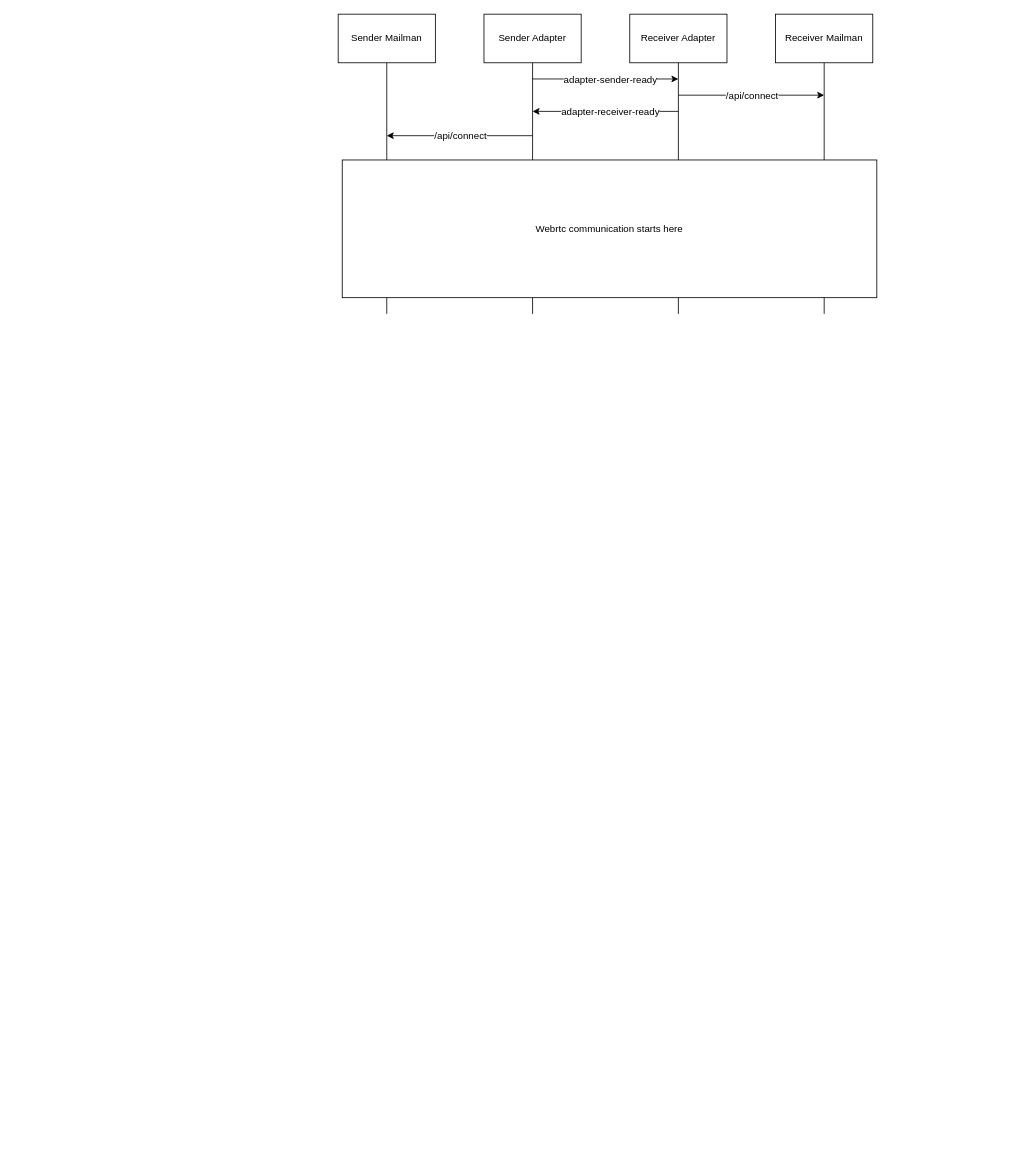
lherman-cs/mailman keeps this draw.io diagram as designs/pre-webrtc.drawio. Above is the earlier version. Source tidied: cells renumbered, new cells numbered last; positions are measured from the earlier drawing's top-left corner, leaving out a move shared by most shapes. Both pictures are drawn from the tidied source at 81%, with x=0, y=0 at pixel (338, 14).
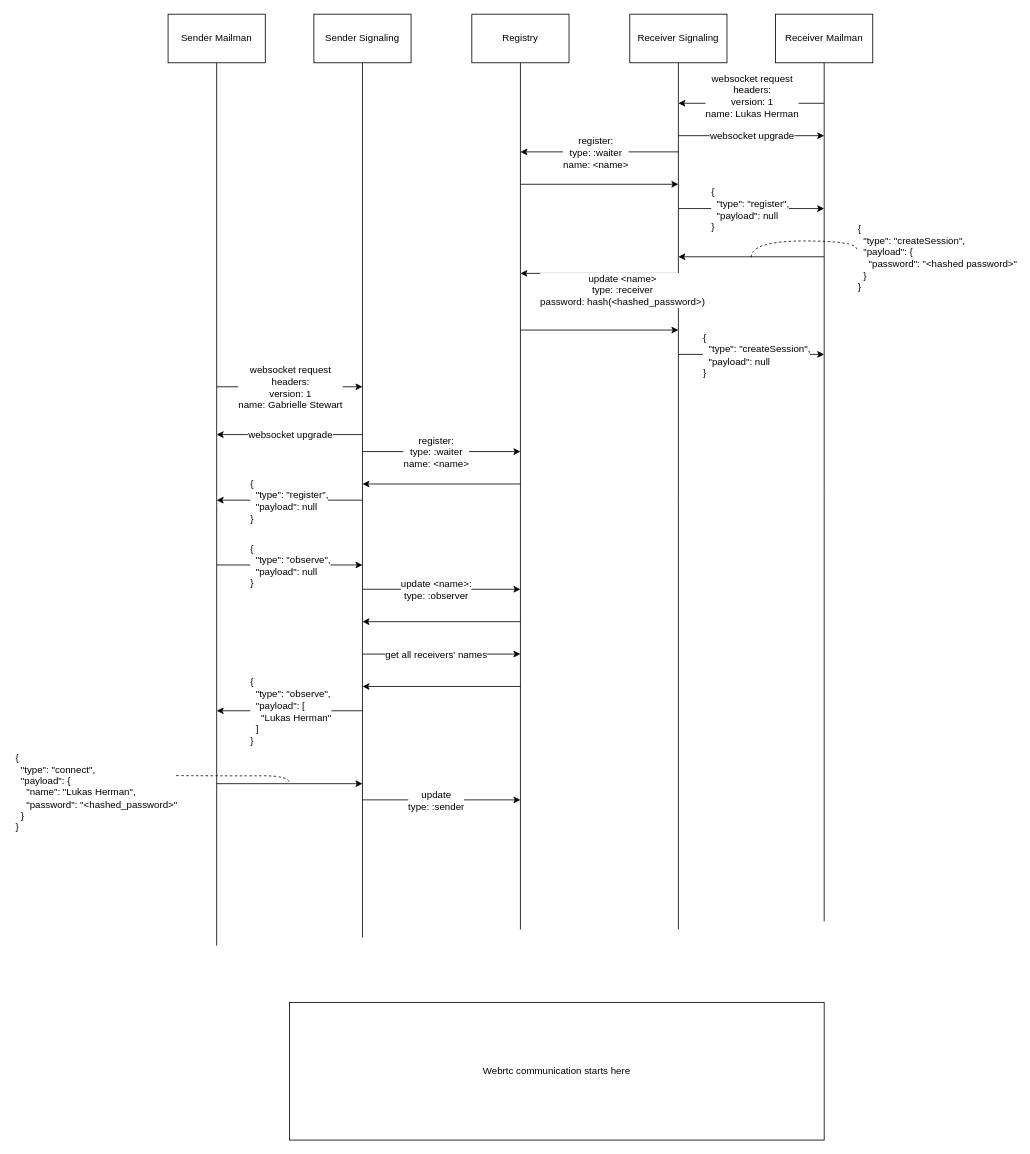
Above is the later version.

Unchanged cells that the change refers to:
```xml
<mxCell id="9" value="Receiver Mailman" style="rounded=0;whiteSpace=wrap;html=1;" parent="1" vertex="1">
  <mxGeometry x="540" width="120" height="60" as="geometry" />
</mxCell>
```

Change to the diagram source:
```diff
@@
     <mxCell id="2" style="edgeStyle=orthogonalEdgeStyle;rounded=0;jettySize=auto;html=1;exitX=0.5;exitY=1;exitDx=0;exitDy=0;endArrow=none;endFill=0;" parent="1" edge="1" source="3">
       <mxGeometry relative="1" as="geometry">
-        <mxPoint x="60" y="370" as="targetPoint" />
+        <mxPoint x="-150" y="1150" as="targetPoint" />
       </mxGeometry>
     </mxCell>
     <mxCell id="3" value="Sender Mailman" style="rounded=0;whiteSpace=wrap;html=1;" parent="1" vertex="1">
-      <mxGeometry width="120" height="60" as="geometry" />
+      <mxGeometry x="-210" width="120" height="60" as="geometry" />
     </mxCell>
     <mxCell id="4" style="edgeStyle=orthogonalEdgeStyle;rounded=0;jettySize=auto;html=1;exitX=0.5;exitY=1;exitDx=0;exitDy=0;endArrow=none;endFill=0;" parent="1" edge="1" source="5">
       <mxGeometry relative="1" as="geometry">
-        <mxPoint x="240" y="370" as="targetPoint" />
+        <mxPoint x="30" y="1140" as="targetPoint" />
       </mxGeometry>
     </mxCell>
-    <mxCell id="5" value="Sender Adapter" style="rounded=0;whiteSpace=wrap;html=1;" parent="1" vertex="1">
-      <mxGeometry x="180" width="120" height="60" as="geometry" />
+    <mxCell id="5" value="Sender Signaling" style="rounded=0;whiteSpace=wrap;html=1;" parent="1" vertex="1">
+      <mxGeometry x="-30" width="120" height="60" as="geometry" />
     </mxCell>
     <mxCell id="6" style="edgeStyle=orthogonalEdgeStyle;rounded=0;jettySize=auto;html=1;exitX=0.5;exitY=1;exitDx=0;exitDy=0;endArrow=none;endFill=0;" parent="1" edge="1" source="7">
       <mxGeometry relative="1" as="geometry">
-        <mxPoint x="420" y="370" as="targetPoint" />
+        <mxPoint x="420" y="1130" as="targetPoint" />
       </mxGeometry>
     </mxCell>
-    <mxCell id="7" value="Receiver Adapter" style="rounded=0;whiteSpace=wrap;html=1;" parent="1" vertex="1">
+    <mxCell id="7" value="Receiver Signaling" style="rounded=0;whiteSpace=wrap;html=1;" parent="1" vertex="1">
       <mxGeometry x="360" width="120" height="60" as="geometry" />
     </mxCell>
     <mxCell id="8" style="edgeStyle=orthogonalEdgeStyle;rounded=0;jettySize=auto;html=1;exitX=0.5;exitY=1;exitDx=0;exitDy=0;endArrow=none;endFill=0;" parent="1" edge="1" source="9">
       <mxGeometry relative="1" as="geometry">
-        <mxPoint x="600" y="370" as="targetPoint" />
+        <mxPoint x="600" y="1120" as="targetPoint" />
       </mxGeometry>
     </mxCell>
@@
-    <mxCell id="10" style="endArrow=classic;html=1;" parent="1" edge="1">
-      <mxGeometry relative="1" as="geometry">
-        <mxPoint x="240" y="80" as="sourcePoint" />
-        <mxPoint x="420" y="80" as="targetPoint" />
-      </mxGeometry>
-    </mxCell>
-    <mxCell id="11" value="adapter-sender-ready" style="text;html=1;align=center;verticalAlign=middle;labelBackgroundColor=#ffffff;" parent="10" vertex="1">
-      <mxGeometry x="0.12" y="-2" relative="1" as="geometry">
-        <mxPoint x="-6" y="-2" as="offset" />
-      </mxGeometry>
-    </mxCell>
-    <mxCell id="12" style="endArrow=none;html=1;startArrow=classic;startFill=1;endFill=0;" parent="1" edge="1">
-      <mxGeometry relative="1" as="geometry">
-        <mxPoint x="240" y="120" as="sourcePoint" />
-        <mxPoint x="420" y="120" as="targetPoint" />
-      </mxGeometry>
-    </mxCell>
-    <mxCell id="13" value="adapter-receiver-ready" style="text;html=1;align=center;verticalAlign=middle;labelBackgroundColor=#ffffff;" parent="12" vertex="1">
-      <mxGeometry x="0.12" y="-2" relative="1" as="geometry">
-        <mxPoint x="-6" y="-2" as="offset" />
-      </mxGeometry>
-    </mxCell>
-    <mxCell id="14" style="endArrow=classic;html=1;" parent="1" edge="1">
-      <mxGeometry relative="1" as="geometry">
-        <mxPoint x="420" y="100" as="sourcePoint" />
-        <mxPoint x="600" y="100" as="targetPoint" />
-      </mxGeometry>
-    </mxCell>
-    <mxCell id="15" value="/api/connect" style="text;html=1;align=center;verticalAlign=middle;labelBackgroundColor=#ffffff;" parent="14" vertex="1">
-      <mxGeometry x="-0.18" y="3" relative="1" as="geometry">
-        <mxPoint x="16" y="3" as="offset" />
-      </mxGeometry>
-    </mxCell>
-    <mxCell id="16" style="endArrow=classic;html=1;" parent="1" edge="1">
-      <mxGeometry relative="1" as="geometry">
-        <mxPoint x="240" y="150" as="sourcePoint" />
-        <mxPoint x="60" y="150" as="targetPoint" />
-      </mxGeometry>
-    </mxCell>
-    <mxCell id="17" value="/api/connect" style="text;html=1;align=center;verticalAlign=middle;labelBackgroundColor=#ffffff;" parent="16" vertex="1">
-      <mxGeometry x="0.11" y="-3" relative="1" as="geometry">
-        <mxPoint x="10" y="3" as="offset" />
-      </mxGeometry>
-    </mxCell>
     <mxCell id="18" value="Webrtc communication starts here" style="rounded=0;whiteSpace=wrap;html=1;" parent="1" vertex="1">
-      <mxGeometry x="5" y="180" width="660" height="170" as="geometry" />
+      <mxGeometry x="-60" y="1220" width="660" height="170" as="geometry" />
     </mxCell>
+    <mxCell id="19" style="edgeStyle=orthogonalEdgeStyle;rounded=0;jettySize=auto;html=1;exitX=0.5;exitY=1;exitDx=0;exitDy=0;endArrow=none;endFill=0;" parent="1" edge="1" source="20">
+      <mxGeometry relative="1" as="geometry">
+        <mxPoint x="225" y="1130" as="targetPoint" />
+      </mxGeometry>
+    </mxCell>
+    <mxCell id="20" value="Registry" style="rounded=0;whiteSpace=wrap;html=1;" parent="1" vertex="1">
+      <mxGeometry x="165" width="120" height="60" as="geometry" />
+    </mxCell>
+    <mxCell id="21" style="endArrow=classic;html=1;" parent="1" edge="1">
+      <mxGeometry relative="1" as="geometry">
+        <mxPoint x="600" y="110" as="sourcePoint" />
+        <mxPoint x="420" y="110" as="targetPoint" />
+      </mxGeometry>
+    </mxCell>
+    <mxCell id="22" value="websocket request&lt;br&gt;headers:&lt;br&gt;version: 1&lt;br&gt;name: Lukas Herman" style="text;html=1;align=center;verticalAlign=middle;labelBackgroundColor=#ffffff;" parent="21" vertex="1">
+      <mxGeometry x="0.13" y="-3" relative="1" as="geometry">
+        <mxPoint x="12" y="-7" as="offset" />
+      </mxGeometry>
+    </mxCell>
+    <mxCell id="23" style="endArrow=classic;html=1;" parent="1" edge="1">
+      <mxGeometry relative="1" as="geometry">
+        <mxPoint x="420" y="150" as="sourcePoint" />
+        <mxPoint x="600" y="150" as="targetPoint" />
+      </mxGeometry>
+    </mxCell>
+    <mxCell id="24" value="websocket upgrade" style="text;html=1;align=center;verticalAlign=middle;labelBackgroundColor=#ffffff;" parent="23" vertex="1">
+      <mxGeometry x="-0.12" y="2" relative="1" as="geometry">
+        <mxPoint x="11" y="2" as="offset" />
+      </mxGeometry>
+    </mxCell>
+    <mxCell id="25" style="endArrow=classic;html=1;" parent="1" edge="1">
+      <mxGeometry relative="1" as="geometry">
+        <mxPoint x="420" y="170" as="sourcePoint" />
+        <mxPoint x="225" y="170" as="targetPoint" />
+      </mxGeometry>
+    </mxCell>
+    <mxCell id="26" value="register:&lt;br&gt;type: :waiter&lt;br&gt;name: &amp;lt;name&amp;gt;" style="text;html=1;align=center;verticalAlign=middle;labelBackgroundColor=#ffffff;" parent="25" vertex="1">
+      <mxGeometry x="0.12" y="-2" relative="1" as="geometry">
+        <mxPoint x="6" y="2" as="offset" />
+      </mxGeometry>
+    </mxCell>
+    <mxCell id="27" style="endArrow=classic;html=1;" parent="1" edge="1">
+      <mxGeometry relative="1" as="geometry">
+        <mxPoint x="225" y="210" as="sourcePoint" />
+        <mxPoint x="420" y="210" as="targetPoint" />
+      </mxGeometry>
+    </mxCell>
+    <mxCell id="28" style="endArrow=classic;html=1;" parent="1" edge="1">
+      <mxGeometry relative="1" as="geometry">
+        <mxPoint x="420" y="240" as="sourcePoint" />
+        <mxPoint x="600" y="240" as="targetPoint" />
+      </mxGeometry>
+    </mxCell>
+    <mxCell id="29" value="{&lt;br&gt;&amp;nbsp; &quot;type&quot;: &quot;register&quot;,&lt;br&gt;&amp;nbsp; &quot;payload&quot;: null&lt;br&gt;}" style="text;html=1;align=left;verticalAlign=middle;labelBackgroundColor=#ffffff;" parent="28" vertex="1">
+      <mxGeometry x="-0.11" y="-1" relative="1" as="geometry">
+        <mxPoint x="-41" y="-1" as="offset" />
+      </mxGeometry>
+    </mxCell>
+    <mxCell id="30" style="endArrow=classic;html=1;" parent="1" edge="1">
+      <mxGeometry relative="1" as="geometry">
+        <mxPoint x="600" y="299.5" as="sourcePoint" />
+        <mxPoint x="420" y="299.5" as="targetPoint" />
+      </mxGeometry>
+    </mxCell>
+    <mxCell id="31" value="{&lt;br&gt;&amp;nbsp; &quot;type&quot;: &quot;createSession&quot;,&lt;br&gt;&amp;nbsp; &quot;payload&quot;: {&lt;br&gt;&amp;nbsp; &amp;nbsp; &quot;password&quot;: &quot;&amp;lt;hashed password&amp;gt;&quot;&lt;br&gt;&amp;nbsp; }&lt;br&gt;}" style="text;html=1;align=left;verticalAlign=middle;labelBackgroundColor=#ffffff;" parent="30" vertex="1">
+      <mxGeometry x="-0.19" relative="1" as="geometry">
+        <mxPoint x="113" y="0.5" as="offset" />
+      </mxGeometry>
+    </mxCell>
+    <mxCell id="32" style="endArrow=none;dashed=1;html=1;edgeStyle=orthogonalEdgeStyle;curved=1;" parent="1" edge="1">
+      <mxGeometry relative="1" as="geometry">
+        <mxPoint x="510" y="300" as="sourcePoint" />
+        <mxPoint x="640" y="290" as="targetPoint" />
+        <Array as="points">
+          <mxPoint x="510" y="280" />
+          <mxPoint x="640" y="280" />
+        </Array>
+      </mxGeometry>
+    </mxCell>
+    <mxCell id="33" style="endArrow=classic;html=1;" parent="1" edge="1">
+      <mxGeometry relative="1" as="geometry">
+        <mxPoint x="420" y="320" as="sourcePoint" />
+        <mxPoint x="225" y="320" as="targetPoint" />
+      </mxGeometry>
+    </mxCell>
+    <mxCell id="34" value="update &amp;lt;name&amp;gt;&lt;br&gt;type: :receiver&lt;br&gt;password: hash(&amp;lt;hashed_password&amp;gt;)" style="text;html=1;align=center;verticalAlign=middle;labelBackgroundColor=#ffffff;" parent="33" vertex="1">
+      <mxGeometry x="0.11" y="1" relative="1" as="geometry">
+        <mxPoint x="38" y="19" as="offset" />
+      </mxGeometry>
+    </mxCell>
+    <mxCell id="35" style="endArrow=classic;html=1;" parent="1" edge="1">
+      <mxGeometry relative="1" as="geometry">
+        <mxPoint x="225" y="390" as="sourcePoint" />
+        <mxPoint x="420" y="390" as="targetPoint" />
+      </mxGeometry>
+    </mxCell>
+    <mxCell id="36" style="endArrow=classic;html=1;" parent="1" edge="1">
+      <mxGeometry relative="1" as="geometry">
+        <mxPoint x="420" y="420" as="sourcePoint" />
+        <mxPoint x="600" y="420" as="targetPoint" />
+      </mxGeometry>
+    </mxCell>
+    <mxCell id="37" value="{&lt;br&gt;&amp;nbsp; &quot;type&quot;: &quot;createSession&quot;,&lt;br&gt;&amp;nbsp; &quot;payload&quot;: null&lt;br&gt;}" style="text;html=1;align=left;verticalAlign=middle;labelBackgroundColor=#ffffff;" parent="36" vertex="1">
+      <mxGeometry x="-0.11" y="-1" relative="1" as="geometry">
+        <mxPoint x="-51" y="-1" as="offset" />
+      </mxGeometry>
+    </mxCell>
+    <mxCell id="38" style="endArrow=classic;html=1;" parent="1" edge="1">
+      <mxGeometry relative="1" as="geometry">
+        <mxPoint x="-150" y="460" as="sourcePoint" />
+        <mxPoint x="30" y="460" as="targetPoint" />
+      </mxGeometry>
+    </mxCell>
+    <mxCell id="39" value="websocket request&lt;br&gt;headers:&lt;br&gt;version: 1&lt;br&gt;name: Gabrielle Stewart" style="text;html=1;align=center;verticalAlign=middle;labelBackgroundColor=#ffffff;" parent="38" vertex="1">
+      <mxGeometry x="-0.11" y="2" relative="1" as="geometry">
+        <mxPoint x="10" y="2" as="offset" />
+      </mxGeometry>
+    </mxCell>
+    <mxCell id="40" style="endArrow=classic;html=1;" parent="1" edge="1">
+      <mxGeometry relative="1" as="geometry">
+        <mxPoint x="30" y="540" as="sourcePoint" />
+        <mxPoint x="225" y="540" as="targetPoint" />
+      </mxGeometry>
+    </mxCell>
+    <mxCell id="41" value="register:&lt;br&gt;type: :waiter&lt;br&gt;name: &amp;lt;name&amp;gt;" style="text;html=1;align=center;verticalAlign=middle;labelBackgroundColor=#ffffff;" parent="40" vertex="1">
+      <mxGeometry x="-0.15" y="-1" relative="1" as="geometry">
+        <mxPoint x="7" y="-1" as="offset" />
+      </mxGeometry>
+    </mxCell>
+    <mxCell id="42" style="endArrow=none;html=1;startArrow=classic;startFill=1;endFill=0;" parent="1" edge="1">
+      <mxGeometry relative="1" as="geometry">
+        <mxPoint x="30" y="580" as="sourcePoint" />
+        <mxPoint x="225" y="580" as="targetPoint" />
+      </mxGeometry>
+    </mxCell>
+    <mxCell id="43" style="endArrow=none;html=1;startArrow=classic;startFill=1;endFill=0;" parent="1" edge="1">
+      <mxGeometry relative="1" as="geometry">
+        <mxPoint x="-150" y="519" as="sourcePoint" />
+        <mxPoint x="30" y="519" as="targetPoint" />
+      </mxGeometry>
+    </mxCell>
+    <mxCell id="44" value="websocket upgrade" style="text;html=1;align=center;verticalAlign=middle;labelBackgroundColor=#ffffff;" parent="43" vertex="1">
+      <mxGeometry x="-0.11" y="2" relative="1" as="geometry">
+        <mxPoint x="10" y="2" as="offset" />
+      </mxGeometry>
+    </mxCell>
+    <mxCell id="45" style="endArrow=none;html=1;startArrow=classic;startFill=1;endFill=0;" parent="1" edge="1">
+      <mxGeometry relative="1" as="geometry">
+        <mxPoint x="-150" y="600" as="sourcePoint" />
+        <mxPoint x="30" y="600" as="targetPoint" />
+      </mxGeometry>
+    </mxCell>
+    <mxCell id="46" value="{&lt;br&gt;&amp;nbsp; &quot;type&quot;: &quot;register&quot;,&lt;br&gt;&amp;nbsp; &quot;payload&quot;: null&lt;br&gt;}" style="text;html=1;align=left;verticalAlign=middle;labelBackgroundColor=#ffffff;" parent="45" vertex="1">
+      <mxGeometry x="-0.11" y="2" relative="1" as="geometry">
+        <mxPoint x="-40" y="2" as="offset" />
+      </mxGeometry>
+    </mxCell>
+    <mxCell id="47" style="endArrow=classic;html=1;" parent="1" edge="1">
+      <mxGeometry relative="1" as="geometry">
+        <mxPoint x="-150" y="680" as="sourcePoint" />
+        <mxPoint x="30" y="680" as="targetPoint" />
+      </mxGeometry>
+    </mxCell>
+    <mxCell id="48" value="{&lt;br&gt;&amp;nbsp; &quot;type&quot;: &quot;observe&quot;,&lt;br&gt;&amp;nbsp; &quot;payload&quot;: null&lt;br&gt;}" style="text;html=1;align=left;verticalAlign=middle;labelBackgroundColor=#ffffff;" parent="47" vertex="1">
+      <mxGeometry x="-0.11" y="2" relative="1" as="geometry">
+        <mxPoint x="-40" y="2" as="offset" />
+      </mxGeometry>
+    </mxCell>
+    <mxCell id="49" style="endArrow=classic;html=1;" parent="1" edge="1">
+      <mxGeometry relative="1" as="geometry">
+        <mxPoint x="30" y="710" as="sourcePoint" />
+        <mxPoint x="225" y="710" as="targetPoint" />
+      </mxGeometry>
+    </mxCell>
+    <mxCell id="50" value="update &amp;lt;name&amp;gt;:&lt;br&gt;type: :observer" style="text;html=1;align=center;verticalAlign=middle;labelBackgroundColor=#ffffff;" parent="49" vertex="1">
+      <mxGeometry x="-0.15" y="-1" relative="1" as="geometry">
+        <mxPoint x="7" y="-1" as="offset" />
+      </mxGeometry>
+    </mxCell>
+    <mxCell id="51" style="endArrow=none;html=1;startArrow=classic;startFill=1;endFill=0;" parent="1" edge="1">
+      <mxGeometry relative="1" as="geometry">
+        <mxPoint x="30" y="750" as="sourcePoint" />
+        <mxPoint x="225" y="750" as="targetPoint" />
+      </mxGeometry>
+    </mxCell>
+    <mxCell id="52" style="endArrow=none;html=1;startArrow=classic;startFill=1;endFill=0;" parent="1" edge="1">
+      <mxGeometry relative="1" as="geometry">
+        <mxPoint x="-150" y="860" as="sourcePoint" />
+        <mxPoint x="30" y="860" as="targetPoint" />
+      </mxGeometry>
+    </mxCell>
+    <mxCell id="53" value="{&lt;br&gt;&amp;nbsp; &quot;type&quot;: &quot;observe&quot;,&lt;br&gt;&amp;nbsp; &quot;payload&quot;: [&lt;br&gt;&amp;nbsp; &amp;nbsp; &quot;Lukas Herman&quot;&lt;br&gt;&amp;nbsp; ]&lt;br&gt;}" style="text;html=1;align=left;verticalAlign=middle;labelBackgroundColor=#ffffff;" parent="52" vertex="1">
+      <mxGeometry x="-0.11" y="2" relative="1" as="geometry">
+        <mxPoint x="-40" y="2" as="offset" />
+      </mxGeometry>
+    </mxCell>
+    <mxCell id="54" style="endArrow=none;html=1;startArrow=classic;startFill=1;endFill=0;" parent="1" edge="1">
+      <mxGeometry relative="1" as="geometry">
+        <mxPoint x="30" y="830" as="sourcePoint" />
+        <mxPoint x="225" y="830" as="targetPoint" />
+      </mxGeometry>
+    </mxCell>
+    <mxCell id="55" style="endArrow=classic;html=1;" parent="1" edge="1">
+      <mxGeometry relative="1" as="geometry">
+        <mxPoint x="30" y="790" as="sourcePoint" />
+        <mxPoint x="225" y="790" as="targetPoint" />
+      </mxGeometry>
+    </mxCell>
+    <mxCell id="56" value="get all receivers' names" style="text;html=1;align=center;verticalAlign=middle;labelBackgroundColor=#ffffff;" parent="55" vertex="1">
+      <mxGeometry x="-0.15" y="-1" relative="1" as="geometry">
+        <mxPoint x="7" y="-1" as="offset" />
+      </mxGeometry>
+    </mxCell>
+    <mxCell id="57" style="endArrow=classic;html=1;" parent="1" edge="1">
+      <mxGeometry relative="1" as="geometry">
+        <mxPoint x="-150" y="950" as="sourcePoint" />
+        <mxPoint x="30" y="950" as="targetPoint" />
+      </mxGeometry>
+    </mxCell>
+    <mxCell id="58" value="{&lt;br&gt;&amp;nbsp; &quot;type&quot;: &quot;connect&quot;,&lt;br&gt;&amp;nbsp; &quot;payload&quot;: {&lt;br&gt;&amp;nbsp; &amp;nbsp; &quot;name&quot;: &quot;Lukas Herman&quot;,&lt;br&gt;&amp;nbsp; &amp;nbsp; &quot;password&quot;: &quot;&amp;lt;hashed_password&amp;gt;&quot;&lt;br&gt;&amp;nbsp; }&lt;br&gt;}" style="text;html=1;align=left;verticalAlign=middle;labelBackgroundColor=#ffffff;" parent="57" vertex="1">
+      <mxGeometry x="-0.11" y="2" relative="1" as="geometry">
+        <mxPoint x="-330" y="12" as="offset" />
+      </mxGeometry>
+    </mxCell>
+    <mxCell id="59" style="endArrow=none;dashed=1;html=1;edgeStyle=orthogonalEdgeStyle;curved=1;" parent="1" edge="1">
+      <mxGeometry relative="1" as="geometry">
+        <mxPoint x="-200" y="940" as="sourcePoint" />
+        <mxPoint x="-60" y="950" as="targetPoint" />
+      </mxGeometry>
+    </mxCell>
+    <mxCell id="60" style="endArrow=classic;html=1;" parent="1" edge="1">
+      <mxGeometry relative="1" as="geometry">
+        <mxPoint x="30" y="970" as="sourcePoint" />
+        <mxPoint x="225" y="970" as="targetPoint" />
+      </mxGeometry>
+    </mxCell>
+    <mxCell id="61" value="update&lt;br&gt;type: :sender" style="text;html=1;align=center;verticalAlign=middle;labelBackgroundColor=#ffffff;" parent="60" vertex="1">
+      <mxGeometry x="-0.15" y="-1" relative="1" as="geometry">
+        <mxPoint x="7" y="-1" as="offset" />
+      </mxGeometry>
+    </mxCell>
```
